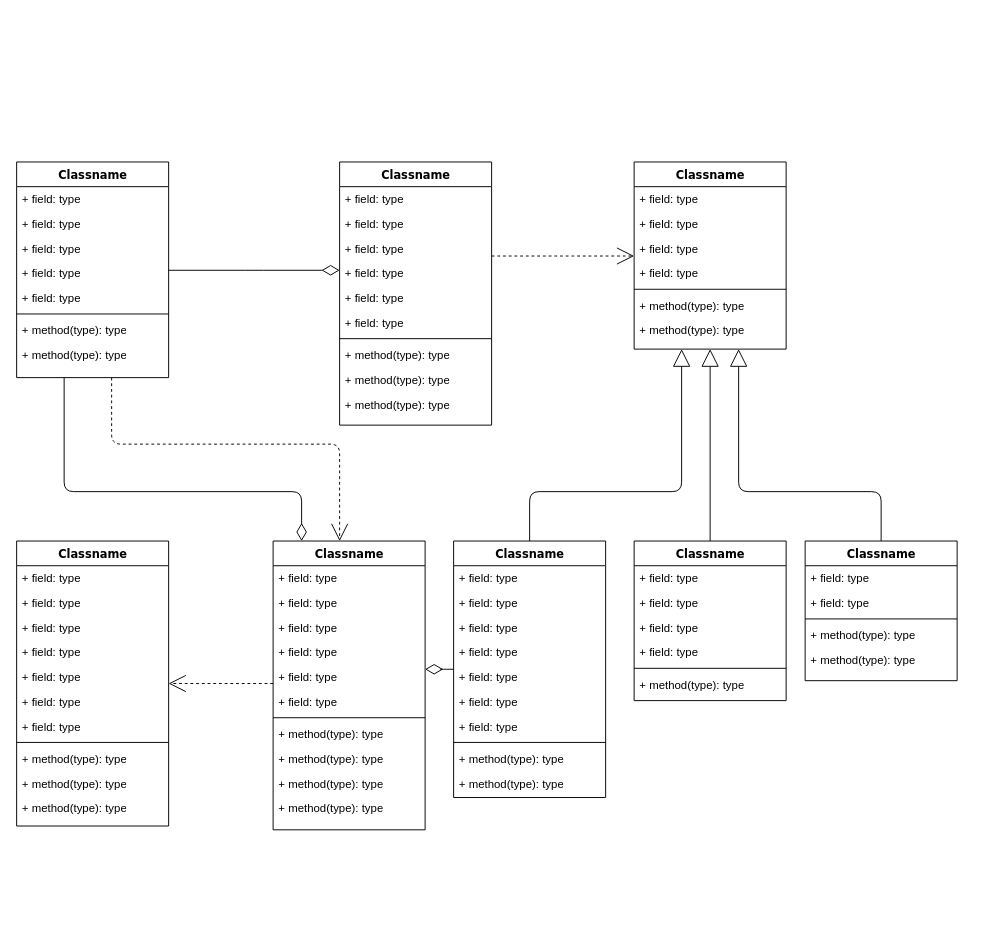
The draw.io diagram qrcode_generating.drawio in yanelena/diagrams, before the edit. Source tidied: cells renumbered, new cells numbered last; positions are measured from the earlier drawing's top-left corner, leaving out a move shared by most shapes. Both pictures are drawn from the tidied source at 95%, with x=0, y=0 at pixel (16, 162).
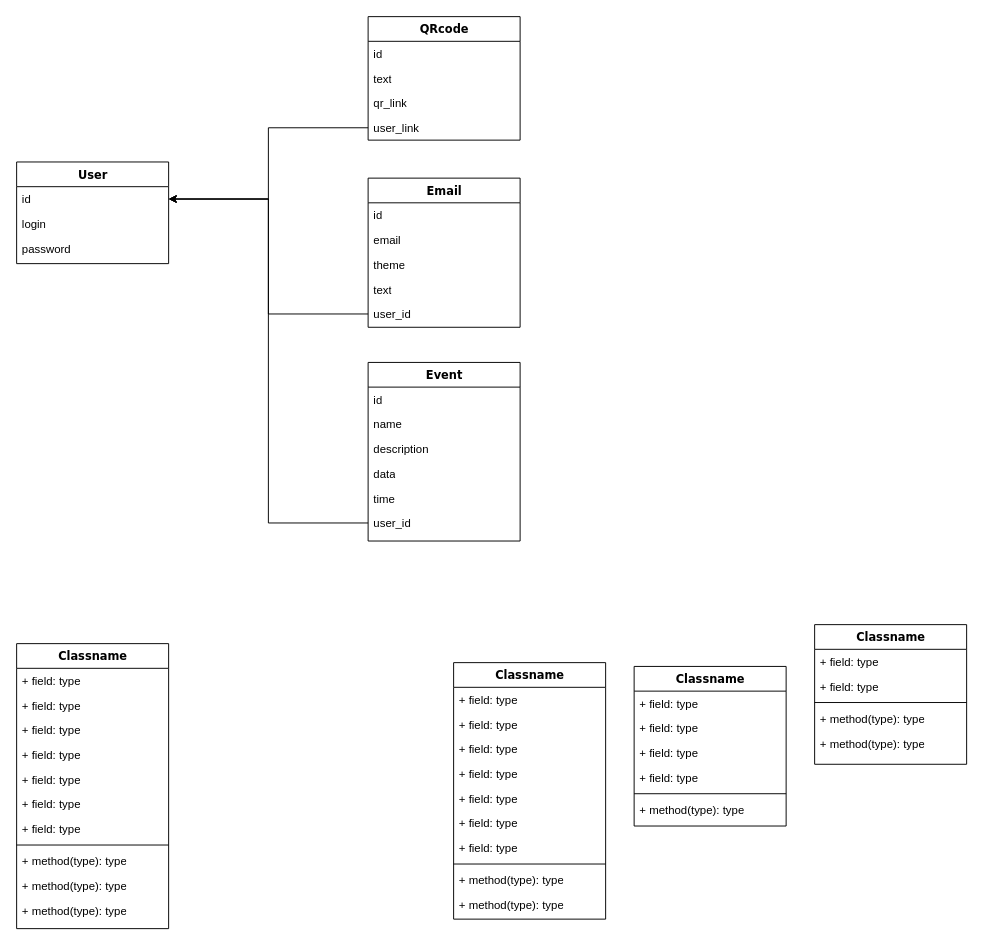
The same diagram, later.

Diff of the diagram source:
```diff
@@
-    <mxCell id="2" style="edgeStyle=orthogonalEdgeStyle;html=1;labelBackgroundColor=none;startFill=0;startSize=8;endArrow=open;endFill=0;endSize=16;fontFamily=Verdana;fontSize=12;dashed=1;" parent="1" edge="1" source="4" target="47">
-      <mxGeometry relative="1" as="geometry">
-        <Array as="points">
-          <mxPoint x="100" y="297" />
-          <mxPoint x="340" y="297" />
-        </Array>
-      </mxGeometry>
-    </mxCell>
-    <mxCell id="3" style="edgeStyle=orthogonalEdgeStyle;html=1;labelBackgroundColor=none;startFill=0;startSize=8;endArrow=diamondThin;endFill=0;endSize=16;fontFamily=Verdana;fontSize=12;" parent="1" edge="1" source="4" target="47">
-      <mxGeometry relative="1" as="geometry">
-        <Array as="points">
-          <mxPoint x="50" y="347" />
-          <mxPoint x="300" y="347" />
-        </Array>
-      </mxGeometry>
-    </mxCell>
-    <mxCell id="4" value="Classname" style="swimlane;html=1;fontStyle=1;align=center;verticalAlign=top;horizontal=1;startSize=26;swimlaneFillColor=#ffffff;rounded=0;shadow=0;comic=0;labelBackgroundColor=none;strokeWidth=1;fillColor=none;fontFamily=Verdana;fontSize=12;" parent="1" vertex="1">
-      <mxGeometry width="160" height="227" as="geometry" />
+    <mxCell id="4" value="User" style="swimlane;html=1;fontStyle=1;align=center;verticalAlign=top;horizontal=1;startSize=26;swimlaneFillColor=#ffffff;rounded=0;shadow=0;comic=0;labelBackgroundColor=none;strokeWidth=1;fillColor=none;fontFamily=Verdana;fontSize=12;" parent="1" vertex="1">
+      <mxGeometry width="160" height="107" as="geometry" />
     </mxCell>
+    <mxCell id="7" value="id" style="text;html=1;strokeColor=none;fillColor=none;align=left;verticalAlign=top;spacingLeft=4;spacingRight=4;whiteSpace=wrap;overflow=hidden;points=[[0,0.5],[1,0.5]];portConstraint=eastwest;" parent="4" vertex="1">
+      <mxGeometry y="26" width="160" height="26" as="geometry" />
+    </mxCell>
-    <mxCell id="5" value="+ field: type" style="text;html=1;strokeColor=none;fillColor=none;align=left;verticalAlign=top;spacingLeft=4;spacingRight=4;whiteSpace=wrap;overflow=hidden;" parent="4" vertex="1">
-      <mxGeometry y="26" width="160" height="26" as="geometry" />
+    <mxCell id="5" value="login" style="text;html=1;strokeColor=none;fillColor=none;align=left;verticalAlign=top;spacingLeft=4;spacingRight=4;whiteSpace=wrap;overflow=hidden;" parent="4" vertex="1">
+      <mxGeometry y="52" width="160" height="26" as="geometry" />
     </mxCell>
-    <mxCell id="6" value="+ field: type" style="text;html=1;strokeColor=none;fillColor=none;align=left;verticalAlign=top;spacingLeft=4;spacingRight=4;whiteSpace=wrap;overflow=hidden;" parent="4" vertex="1">
-      <mxGeometry y="52" width="160" height="26" as="geometry" />
+    <mxCell id="6" value="password" style="text;html=1;strokeColor=none;fillColor=none;align=left;verticalAlign=top;spacingLeft=4;spacingRight=4;whiteSpace=wrap;overflow=hidden;" parent="4" vertex="1">
+      <mxGeometry y="78" width="160" height="26" as="geometry" />
     </mxCell>
-    <mxCell id="7" value="+ field: type" style="text;html=1;strokeColor=none;fillColor=none;align=left;verticalAlign=top;spacingLeft=4;spacingRight=4;whiteSpace=wrap;overflow=hidden;points=[[0,0.5],[1,0.5]];portConstraint=eastwest;" parent="4" vertex="1">
-      <mxGeometry y="78" width="160" height="26" as="geometry" />
-    </mxCell>
-    <mxCell id="8" value="+ field: type" style="text;html=1;strokeColor=none;fillColor=none;align=left;verticalAlign=top;spacingLeft=4;spacingRight=4;whiteSpace=wrap;overflow=hidden;" parent="4" vertex="1">
-      <mxGeometry y="104" width="160" height="26" as="geometry" />
-    </mxCell>
-    <mxCell id="9" value="+ field: type" style="text;html=1;strokeColor=none;fillColor=none;align=left;verticalAlign=top;spacingLeft=4;spacingRight=4;whiteSpace=wrap;overflow=hidden;" parent="4" vertex="1">
-      <mxGeometry y="130" width="160" height="26" as="geometry" />
-    </mxCell>
-    <mxCell id="10" style="line;html=1;strokeWidth=1;fillColor=none;align=left;verticalAlign=middle;spacingTop=-1;spacingLeft=3;spacingRight=3;labelPosition=right;" parent="4" vertex="1">
-      <mxGeometry y="156" width="160" height="8" as="geometry" />
-    </mxCell>
-    <mxCell id="11" value="+ method(type): type" style="text;html=1;strokeColor=none;fillColor=none;align=left;verticalAlign=top;spacingLeft=4;spacingRight=4;whiteSpace=wrap;overflow=hidden;" parent="4" vertex="1">
-      <mxGeometry y="164" width="160" height="26" as="geometry" />
-    </mxCell>
-    <mxCell id="12" value="+ method(type): type" style="text;html=1;strokeColor=none;fillColor=none;align=left;verticalAlign=top;spacingLeft=4;spacingRight=4;whiteSpace=wrap;overflow=hidden;" parent="4" vertex="1">
-      <mxGeometry y="190" width="160" height="26" as="geometry" />
-    </mxCell>
-    <mxCell id="13" style="edgeStyle=elbowEdgeStyle;html=1;labelBackgroundColor=none;startFill=0;startSize=8;endArrow=open;endFill=0;endSize=16;fontFamily=Verdana;fontSize=12;elbow=vertical;dashed=1;" parent="1" edge="1" source="14" target="25">
-      <mxGeometry relative="1" as="geometry" />
-    </mxCell>
-    <mxCell id="14" value="Classname" style="swimlane;html=1;fontStyle=1;align=center;verticalAlign=top;horizontal=1;startSize=26;swimlaneFillColor=#ffffff;rounded=0;shadow=0;comic=0;labelBackgroundColor=none;strokeWidth=1;fillColor=none;fontFamily=Verdana;fontSize=12;" parent="1" vertex="1">
-      <mxGeometry x="340" width="160" height="277" as="geometry" />
+    <mxCell id="14" value="QRcode" style="swimlane;html=1;fontStyle=1;align=center;verticalAlign=top;horizontal=1;startSize=26;swimlaneFillColor=#ffffff;rounded=0;shadow=0;comic=0;labelBackgroundColor=none;strokeWidth=1;fillColor=none;fontFamily=Verdana;fontSize=12;" parent="1" vertex="1">
+      <mxGeometry x="370" y="-153" width="160" height="130" as="geometry" />
     </mxCell>
-    <mxCell id="15" value="+ field: type" style="text;html=1;strokeColor=none;fillColor=none;align=left;verticalAlign=top;spacingLeft=4;spacingRight=4;whiteSpace=wrap;overflow=hidden;" parent="14" vertex="1">
+    <mxCell id="15" value="id" style="text;html=1;strokeColor=none;fillColor=none;align=left;verticalAlign=top;spacingLeft=4;spacingRight=4;whiteSpace=wrap;overflow=hidden;" parent="14" vertex="1">
       <mxGeometry y="26" width="160" height="26" as="geometry" />
     </mxCell>
-    <mxCell id="16" value="+ field: type" style="text;html=1;strokeColor=none;fillColor=none;align=left;verticalAlign=top;spacingLeft=4;spacingRight=4;whiteSpace=wrap;overflow=hidden;" parent="14" vertex="1">
+    <mxCell id="16" value="text" style="text;html=1;strokeColor=none;fillColor=none;align=left;verticalAlign=top;spacingLeft=4;spacingRight=4;whiteSpace=wrap;overflow=hidden;" parent="14" vertex="1">
       <mxGeometry y="52" width="160" height="26" as="geometry" />
     </mxCell>
-    <mxCell id="17" value="+ field: type" style="text;html=1;strokeColor=none;fillColor=none;align=left;verticalAlign=top;spacingLeft=4;spacingRight=4;whiteSpace=wrap;overflow=hidden;" parent="14" vertex="1">
+    <mxCell id="17" value="qr_link" style="text;html=1;strokeColor=none;fillColor=none;align=left;verticalAlign=top;spacingLeft=4;spacingRight=4;whiteSpace=wrap;overflow=hidden;" parent="14" vertex="1">
       <mxGeometry y="78" width="160" height="26" as="geometry" />
     </mxCell>
-    <mxCell id="18" value="+ field: type" style="text;html=1;strokeColor=none;fillColor=none;align=left;verticalAlign=top;spacingLeft=4;spacingRight=4;whiteSpace=wrap;overflow=hidden;points=[[0,0.5],[1,0.5]];portConstraint=eastwest;" parent="14" vertex="1">
+    <mxCell id="18" value="user_link" style="text;html=1;strokeColor=none;fillColor=none;align=left;verticalAlign=top;spacingLeft=4;spacingRight=4;whiteSpace=wrap;overflow=hidden;points=[[0,0.5],[1,0.5]];portConstraint=eastwest;" parent="14" vertex="1">
       <mxGeometry y="104" width="160" height="26" as="geometry" />
     </mxCell>
-    <mxCell id="19" value="+ field: type" style="text;html=1;strokeColor=none;fillColor=none;align=left;verticalAlign=top;spacingLeft=4;spacingRight=4;whiteSpace=wrap;overflow=hidden;" parent="14" vertex="1">
-      <mxGeometry y="130" width="160" height="26" as="geometry" />
-    </mxCell>
-    <mxCell id="20" value="+ field: type" style="text;html=1;strokeColor=none;fillColor=none;align=left;verticalAlign=top;spacingLeft=4;spacingRight=4;whiteSpace=wrap;overflow=hidden;" parent="14" vertex="1">
-      <mxGeometry y="156" width="160" height="26" as="geometry" />
-    </mxCell>
-    <mxCell id="21" style="line;html=1;strokeWidth=1;fillColor=none;align=left;verticalAlign=middle;spacingTop=-1;spacingLeft=3;spacingRight=3;labelPosition=right;" parent="14" vertex="1">
-      <mxGeometry y="182" width="160" height="8" as="geometry" />
-    </mxCell>
-    <mxCell id="22" value="+ method(type): type" style="text;html=1;strokeColor=none;fillColor=none;align=left;verticalAlign=top;spacingLeft=4;spacingRight=4;whiteSpace=wrap;overflow=hidden;" parent="14" vertex="1">
-      <mxGeometry y="190" width="160" height="26" as="geometry" />
-    </mxCell>
-    <mxCell id="23" value="+ method(type): type" style="text;html=1;strokeColor=none;fillColor=none;align=left;verticalAlign=top;spacingLeft=4;spacingRight=4;whiteSpace=wrap;overflow=hidden;" parent="14" vertex="1">
-      <mxGeometry y="216" width="160" height="26" as="geometry" />
-    </mxCell>
-    <mxCell id="24" value="+ method(type): type" style="text;html=1;strokeColor=none;fillColor=none;align=left;verticalAlign=top;spacingLeft=4;spacingRight=4;whiteSpace=wrap;overflow=hidden;" parent="14" vertex="1">
-      <mxGeometry y="242" width="160" height="26" as="geometry" />
-    </mxCell>
-    <mxCell id="25" value="Classname" style="swimlane;html=1;fontStyle=1;align=center;verticalAlign=top;horizontal=1;startSize=26;swimlaneFillColor=#ffffff;rounded=0;shadow=0;comic=0;labelBackgroundColor=none;strokeWidth=1;fillColor=none;fontFamily=Verdana;fontSize=12;" parent="1" vertex="1">
-      <mxGeometry x="650" width="160" height="197" as="geometry" />
+    <mxCell id="25" value="Email" style="swimlane;html=1;fontStyle=1;align=center;verticalAlign=top;horizontal=1;startSize=26;swimlaneFillColor=#ffffff;rounded=0;shadow=0;comic=0;labelBackgroundColor=none;strokeWidth=1;fillColor=none;fontFamily=Verdana;fontSize=12;" parent="1" vertex="1">
+      <mxGeometry x="370" y="17" width="160" height="157" as="geometry" />
     </mxCell>
-    <mxCell id="26" value="+ field: type" style="text;html=1;strokeColor=none;fillColor=none;align=left;verticalAlign=top;spacingLeft=4;spacingRight=4;whiteSpace=wrap;overflow=hidden;" parent="25" vertex="1">
+    <mxCell id="26" value="id" style="text;html=1;strokeColor=none;fillColor=none;align=left;verticalAlign=top;spacingLeft=4;spacingRight=4;whiteSpace=wrap;overflow=hidden;" parent="25" vertex="1">
       <mxGeometry y="26" width="160" height="26" as="geometry" />
     </mxCell>
-    <mxCell id="27" value="+ field: type" style="text;html=1;strokeColor=none;fillColor=none;align=left;verticalAlign=top;spacingLeft=4;spacingRight=4;whiteSpace=wrap;overflow=hidden;" parent="25" vertex="1">
+    <mxCell id="27" value="email" style="text;html=1;strokeColor=none;fillColor=none;align=left;verticalAlign=top;spacingLeft=4;spacingRight=4;whiteSpace=wrap;overflow=hidden;" parent="25" vertex="1">
       <mxGeometry y="52" width="160" height="26" as="geometry" />
     </mxCell>
-    <mxCell id="28" value="+ field: type" style="text;html=1;strokeColor=none;fillColor=none;align=left;verticalAlign=top;spacingLeft=4;spacingRight=4;whiteSpace=wrap;overflow=hidden;" parent="25" vertex="1">
+    <mxCell id="28" value="theme" style="text;html=1;strokeColor=none;fillColor=none;align=left;verticalAlign=top;spacingLeft=4;spacingRight=4;whiteSpace=wrap;overflow=hidden;" parent="25" vertex="1">
       <mxGeometry y="78" width="160" height="26" as="geometry" />
     </mxCell>
-    <mxCell id="29" value="+ field: type" style="text;html=1;strokeColor=none;fillColor=none;align=left;verticalAlign=top;spacingLeft=4;spacingRight=4;whiteSpace=wrap;overflow=hidden;" parent="25" vertex="1">
+    <mxCell id="29" value="text" style="text;html=1;strokeColor=none;fillColor=none;align=left;verticalAlign=top;spacingLeft=4;spacingRight=4;whiteSpace=wrap;overflow=hidden;" parent="25" vertex="1">
       <mxGeometry y="104" width="160" height="26" as="geometry" />
     </mxCell>
-    <mxCell id="30" style="line;html=1;strokeWidth=1;fillColor=none;align=left;verticalAlign=middle;spacingTop=-1;spacingLeft=3;spacingRight=3;labelPosition=right;" parent="25" vertex="1">
-      <mxGeometry y="130" width="160" height="8" as="geometry" />
-    </mxCell>
-    <mxCell id="31" value="+ method(type): type" style="text;html=1;strokeColor=none;fillColor=none;align=left;verticalAlign=top;spacingLeft=4;spacingRight=4;whiteSpace=wrap;overflow=hidden;points=[[0,0.5],[1,0.5]];portConstraint=eastwest;" parent="25" vertex="1">
-      <mxGeometry y="138" width="160" height="26" as="geometry" />
+    <mxCell id="31" value="user_id" style="text;html=1;strokeColor=none;fillColor=none;align=left;verticalAlign=top;spacingLeft=4;spacingRight=4;whiteSpace=wrap;overflow=hidden;points=[[0,0.5],[1,0.5]];portConstraint=eastwest;" parent="25" vertex="1">
+      <mxGeometry y="130" width="160" height="26" as="geometry" />
     </mxCell>
-    <mxCell id="32" value="+ method(type): type" style="text;html=1;strokeColor=none;fillColor=none;align=left;verticalAlign=top;spacingLeft=4;spacingRight=4;whiteSpace=wrap;overflow=hidden;" parent="25" vertex="1">
-      <mxGeometry y="164" width="160" height="26" as="geometry" />
-    </mxCell>
-    <mxCell id="33" style="edgeStyle=elbowEdgeStyle;html=1;labelBackgroundColor=none;startFill=0;startSize=8;endArrow=open;endFill=0;endSize=16;fontFamily=Verdana;fontSize=12;elbow=vertical;dashed=1;" parent="1" edge="1" source="47" target="34">
-      <mxGeometry relative="1" as="geometry" />
-    </mxCell>
     <mxCell id="34" value="Classname" style="swimlane;html=1;fontStyle=1;align=center;verticalAlign=top;horizontal=1;startSize=26;swimlaneFillColor=#ffffff;rounded=0;shadow=0;comic=0;labelBackgroundColor=none;strokeWidth=1;fillColor=none;fontFamily=Verdana;fontSize=12;" parent="1" vertex="1">
-      <mxGeometry y="399" width="160" height="300" as="geometry" />
+      <mxGeometry y="507" width="160" height="300" as="geometry" />
     </mxCell>
@@
-    <mxCell id="46" style="edgeStyle=elbowEdgeStyle;html=1;labelBackgroundColor=none;startFill=0;startSize=8;endArrow=diamondThin;endFill=0;endSize=16;fontFamily=Verdana;fontSize=12;elbow=vertical;" parent="1" edge="1" source="60" target="47">
-      <mxGeometry relative="1" as="geometry" />
-    </mxCell>
-    <mxCell id="47" value="Classname" style="swimlane;html=1;fontStyle=1;align=center;verticalAlign=top;horizontal=1;startSize=26;swimlaneFillColor=#ffffff;rounded=0;shadow=0;comic=0;labelBackgroundColor=none;strokeWidth=1;fillColor=none;fontFamily=Verdana;fontSize=12;" parent="1" vertex="1">
-      <mxGeometry x="270" y="399" width="160" height="304" as="geometry" />
+    <mxCell id="47" value="Event" style="swimlane;html=1;fontStyle=1;align=center;verticalAlign=top;horizontal=1;startSize=26;swimlaneFillColor=#ffffff;rounded=0;shadow=0;comic=0;labelBackgroundColor=none;strokeWidth=1;fillColor=none;fontFamily=Verdana;fontSize=12;" parent="1" vertex="1">
+      <mxGeometry x="370" y="211" width="160" height="188" as="geometry" />
     </mxCell>
-    <mxCell id="48" value="+ field: type" style="text;html=1;strokeColor=none;fillColor=none;align=left;verticalAlign=top;spacingLeft=4;spacingRight=4;whiteSpace=wrap;overflow=hidden;" parent="47" vertex="1">
+    <mxCell id="48" value="id" style="text;html=1;strokeColor=none;fillColor=none;align=left;verticalAlign=top;spacingLeft=4;spacingRight=4;whiteSpace=wrap;overflow=hidden;" parent="47" vertex="1">
       <mxGeometry y="26" width="160" height="26" as="geometry" />
     </mxCell>
-    <mxCell id="49" value="+ field: type" style="text;html=1;strokeColor=none;fillColor=none;align=left;verticalAlign=top;spacingLeft=4;spacingRight=4;whiteSpace=wrap;overflow=hidden;" parent="47" vertex="1">
+    <mxCell id="49" value="name" style="text;html=1;strokeColor=none;fillColor=none;align=left;verticalAlign=top;spacingLeft=4;spacingRight=4;whiteSpace=wrap;overflow=hidden;" parent="47" vertex="1">
       <mxGeometry y="52" width="160" height="26" as="geometry" />
     </mxCell>
-    <mxCell id="50" value="+ field: type" style="text;html=1;strokeColor=none;fillColor=none;align=left;verticalAlign=top;spacingLeft=4;spacingRight=4;whiteSpace=wrap;overflow=hidden;" parent="47" vertex="1">
+    <mxCell id="50" value="description" style="text;html=1;strokeColor=none;fillColor=none;align=left;verticalAlign=top;spacingLeft=4;spacingRight=4;whiteSpace=wrap;overflow=hidden;" parent="47" vertex="1">
       <mxGeometry y="78" width="160" height="26" as="geometry" />
     </mxCell>
-    <mxCell id="51" value="+ field: type" style="text;html=1;strokeColor=none;fillColor=none;align=left;verticalAlign=top;spacingLeft=4;spacingRight=4;whiteSpace=wrap;overflow=hidden;" parent="47" vertex="1">
+    <mxCell id="51" value="data" style="text;html=1;strokeColor=none;fillColor=none;align=left;verticalAlign=top;spacingLeft=4;spacingRight=4;whiteSpace=wrap;overflow=hidden;" parent="47" vertex="1">
       <mxGeometry y="104" width="160" height="26" as="geometry" />
     </mxCell>
-    <mxCell id="52" value="+ field: type" style="text;html=1;strokeColor=none;fillColor=none;align=left;verticalAlign=top;spacingLeft=4;spacingRight=4;whiteSpace=wrap;overflow=hidden;" parent="47" vertex="1">
+    <mxCell id="52" value="time" style="text;html=1;strokeColor=none;fillColor=none;align=left;verticalAlign=top;spacingLeft=4;spacingRight=4;whiteSpace=wrap;overflow=hidden;" parent="47" vertex="1">
       <mxGeometry y="130" width="160" height="26" as="geometry" />
     </mxCell>
-    <mxCell id="53" value="+ field: type" style="text;html=1;strokeColor=none;fillColor=none;align=left;verticalAlign=top;spacingLeft=4;spacingRight=4;whiteSpace=wrap;overflow=hidden;points=[[0,0.5],[1,0.5]];portConstraint=eastwest;" parent="47" vertex="1">
+    <mxCell id="53" value="user_id" style="text;html=1;strokeColor=none;fillColor=none;align=left;verticalAlign=top;spacingLeft=4;spacingRight=4;whiteSpace=wrap;overflow=hidden;points=[[0,0.5],[1,0.5]];portConstraint=eastwest;" parent="47" vertex="1">
       <mxGeometry y="156" width="160" height="26" as="geometry" />
     </mxCell>
-    <mxCell id="54" style="line;html=1;strokeWidth=1;fillColor=none;align=left;verticalAlign=middle;spacingTop=-1;spacingLeft=3;spacingRight=3;labelPosition=right;" parent="47" vertex="1">
-      <mxGeometry y="182" width="160" height="8" as="geometry" />
-    </mxCell>
-    <mxCell id="55" value="+ method(type): type" style="text;html=1;strokeColor=none;fillColor=none;align=left;verticalAlign=top;spacingLeft=4;spacingRight=4;whiteSpace=wrap;overflow=hidden;" parent="47" vertex="1">
-      <mxGeometry y="190" width="160" height="26" as="geometry" />
-    </mxCell>
-    <mxCell id="56" value="+ method(type): type" style="text;html=1;strokeColor=none;fillColor=none;align=left;verticalAlign=top;spacingLeft=4;spacingRight=4;whiteSpace=wrap;overflow=hidden;" parent="47" vertex="1">
-      <mxGeometry y="216" width="160" height="26" as="geometry" />
-    </mxCell>
-    <mxCell id="57" value="+ method(type): type" style="text;html=1;strokeColor=none;fillColor=none;align=left;verticalAlign=top;spacingLeft=4;spacingRight=4;whiteSpace=wrap;overflow=hidden;" parent="47" vertex="1">
-      <mxGeometry y="242" width="160" height="26" as="geometry" />
-    </mxCell>
-    <mxCell id="58" value="+ method(type): type" style="text;html=1;strokeColor=none;fillColor=none;align=left;verticalAlign=top;spacingLeft=4;spacingRight=4;whiteSpace=wrap;overflow=hidden;" parent="47" vertex="1">
-      <mxGeometry y="268" width="160" height="26" as="geometry" />
-    </mxCell>
-    <mxCell id="59" style="edgeStyle=orthogonalEdgeStyle;html=1;labelBackgroundColor=none;startFill=0;startSize=8;endArrow=block;endFill=0;endSize=16;fontFamily=Verdana;fontSize=12;" parent="1" edge="1" source="60" target="25">
-      <mxGeometry relative="1" as="geometry">
-        <Array as="points">
-          <mxPoint x="540" y="347" />
-          <mxPoint x="700" y="347" />
-        </Array>
-      </mxGeometry>
-    </mxCell>
     <mxCell id="60" value="Classname" style="swimlane;html=1;fontStyle=1;align=center;verticalAlign=top;horizontal=1;startSize=26;swimlaneFillColor=#ffffff;rounded=0;shadow=0;comic=0;labelBackgroundColor=none;strokeWidth=1;fillColor=none;fontFamily=Verdana;fontSize=12;" parent="1" vertex="1">
-      <mxGeometry x="460" y="399" width="160" height="270" as="geometry" />
+      <mxGeometry x="460" y="527" width="160" height="270" as="geometry" />
     </mxCell>
@@
-    <mxCell id="71" style="edgeStyle=orthogonalEdgeStyle;html=1;labelBackgroundColor=none;startFill=0;startSize=8;endArrow=block;endFill=0;endSize=16;fontFamily=Verdana;fontSize=12;" parent="1" edge="1" source="72" target="25">
-      <mxGeometry relative="1" as="geometry" />
-    </mxCell>
     <mxCell id="72" value="Classname" style="swimlane;html=1;fontStyle=1;align=center;verticalAlign=top;horizontal=1;startSize=26;swimlaneFillColor=#ffffff;rounded=0;shadow=0;comic=0;labelBackgroundColor=none;strokeWidth=1;fillColor=none;fontFamily=Verdana;fontSize=12;" parent="1" vertex="1">
-      <mxGeometry x="650" y="399" width="160" height="168" as="geometry" />
+      <mxGeometry x="650" y="531" width="160" height="168" as="geometry" />
     </mxCell>
@@
-    <mxCell id="79" style="edgeStyle=orthogonalEdgeStyle;html=1;labelBackgroundColor=none;startFill=0;startSize=8;endArrow=block;endFill=0;endSize=16;fontFamily=Verdana;fontSize=12;" parent="1" edge="1" source="80" target="25">
-      <mxGeometry relative="1" as="geometry">
-        <Array as="points">
-          <mxPoint x="910" y="347" />
-          <mxPoint x="760" y="347" />
-        </Array>
-      </mxGeometry>
-    </mxCell>
     <mxCell id="80" value="Classname" style="swimlane;html=1;fontStyle=1;align=center;verticalAlign=top;horizontal=1;startSize=26;swimlaneFillColor=#ffffff;rounded=0;shadow=0;comic=0;labelBackgroundColor=none;strokeWidth=1;fillColor=none;fontFamily=Verdana;fontSize=12;" parent="1" vertex="1">
-      <mxGeometry x="830" y="399" width="160" height="147" as="geometry" />
+      <mxGeometry x="840" y="487" width="160" height="147" as="geometry" />
     </mxCell>
@@
-    <mxCell id="86" style="edgeStyle=elbowEdgeStyle;html=1;labelBackgroundColor=none;startFill=0;startSize=8;endArrow=diamondThin;endFill=0;endSize=16;fontFamily=Verdana;fontSize=12;elbow=vertical;" parent="1" edge="1" source="4" target="14">
-      <mxGeometry relative="1" as="geometry" />
-    </mxCell>
+    <mxCell id="87" style="edgeStyle=orthogonalEdgeStyle;rounded=0;jettySize=auto;html=1;exitX=0;exitY=0.5;exitDx=0;exitDy=0;entryX=1;entryY=0.5;entryDx=0;entryDy=0;" parent="1" edge="1" source="18" target="7">
+      <mxGeometry relative="1" as="geometry" />
+    </mxCell>
+    <mxCell id="88" style="edgeStyle=orthogonalEdgeStyle;rounded=0;jettySize=auto;html=1;exitX=0;exitY=0.5;exitDx=0;exitDy=0;entryX=1;entryY=0.5;entryDx=0;entryDy=0;" parent="1" edge="1" source="31" target="7">
+      <mxGeometry relative="1" as="geometry" />
+    </mxCell>
+    <mxCell id="89" style="edgeStyle=orthogonalEdgeStyle;rounded=0;jettySize=auto;html=1;exitX=0;exitY=0.5;exitDx=0;exitDy=0;entryX=1;entryY=0.5;entryDx=0;entryDy=0;" parent="1" edge="1" source="53" target="7">
+      <mxGeometry relative="1" as="geometry" />
+    </mxCell>
```
